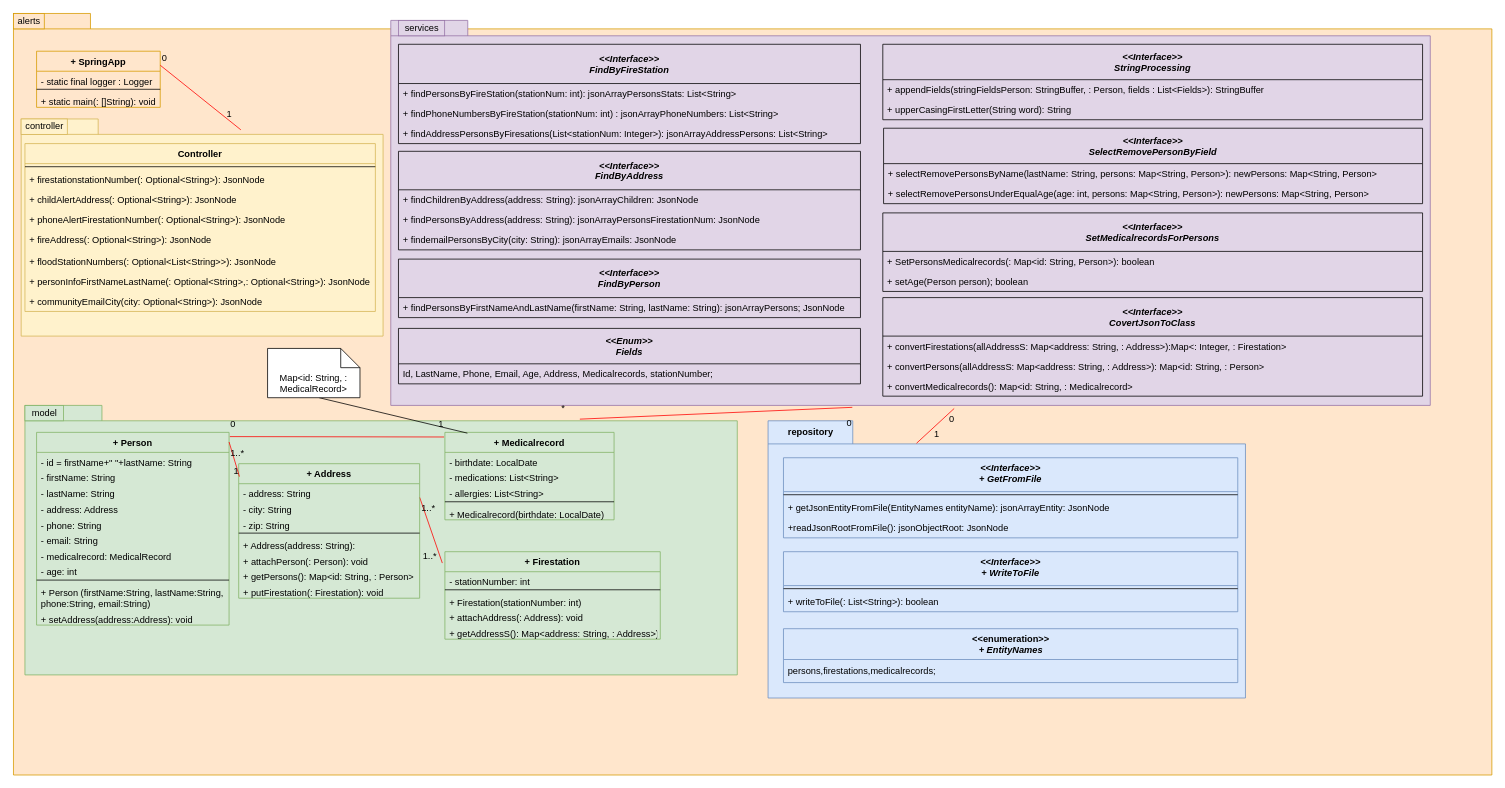
andrechico999/https-github.com-emmo78-com.safetynet.alerts keeps this draw.io diagram as page "ClassDiagram1" (1 of 2) of UML/classDiagram.drawio. Above is the earlier version. Source tidied: cells renumbered, new cells numbered last; positions are measured from the earlier drawing's top-left corner, leaving out a move shared by most shapes. Both pictures are drawn from the tidied source at 77%, with x=0, y=0 at pixel (13, 13).
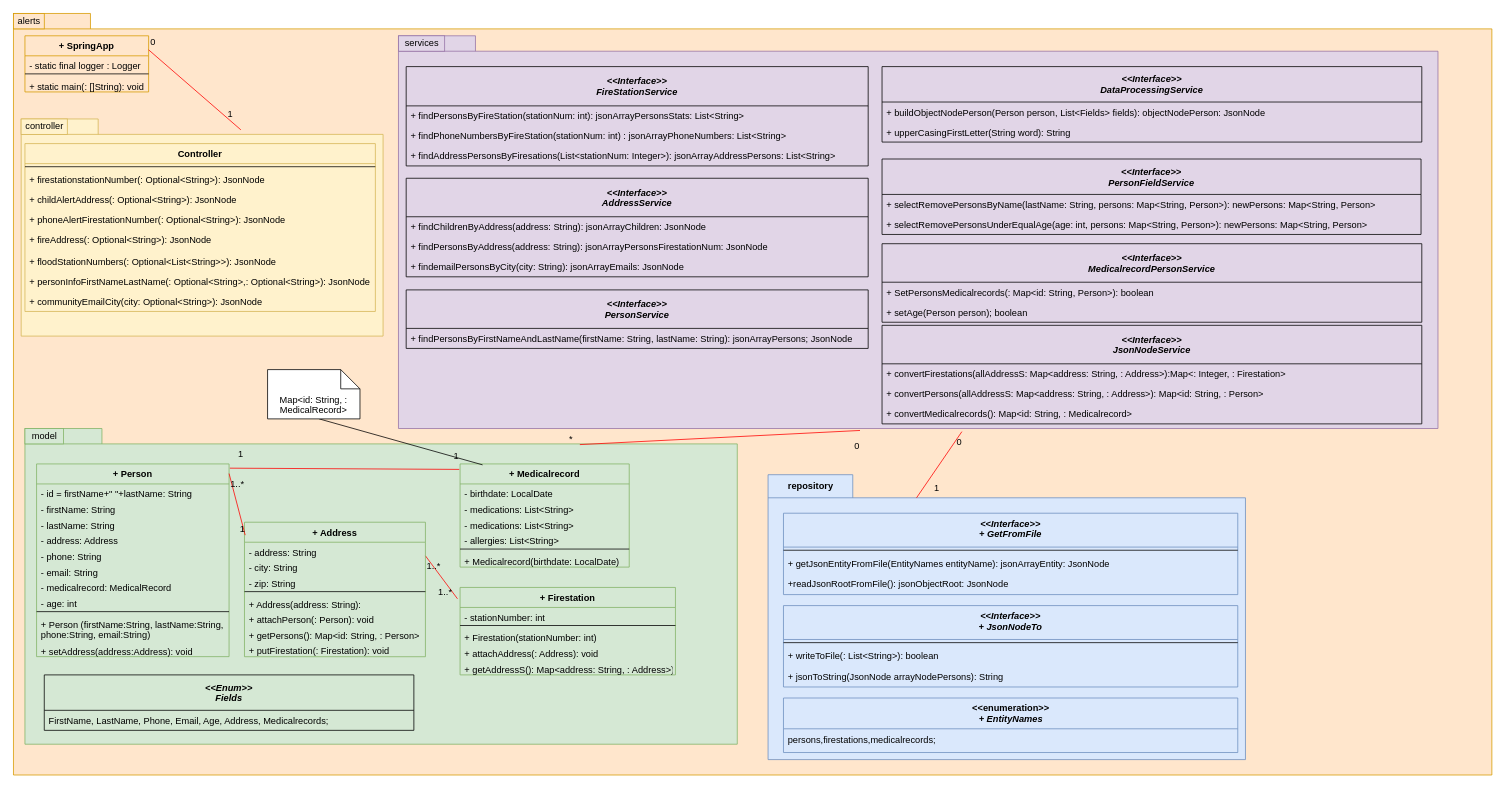
The same diagram, later.

The change refers to these unchanged cells:
```xml
<mxCell id="105" style="endArrow=none;html=1;rounded=0;align=center;verticalAlign=top;endFill=0;labelBackgroundColor=none;strokeColor=#FF0000;entryX=0.444;entryY=1.005;entryDx=0;entryDy=0;entryPerimeter=0;exitX=0.779;exitY=0.051;exitDx=0;exitDy=0;exitPerimeter=0;" parent="1" edge="1" source="11" target="53">
  <mxGeometry relative="1" as="geometry" />
</mxCell>
```

What changed in the source:
```diff
@@
     <mxCell id="4" value="+ SpringApp" style="swimlane;fontStyle=1;align=center;verticalAlign=top;horizontal=1;startSize=26;fillColor=#ffe6cc;strokeColor=#d79b00;" parent="1" vertex="1">
-      <mxGeometry x="30" y="49" width="160.6" height="72.9" as="geometry" />
+      <mxGeometry x="14.9" y="29" width="160.6" height="72.9" as="geometry" />
     </mxCell>
@@
     <mxCell id="11" style="shape=folder;fontStyle=1;spacingTop=10;tabWidth=100;tabHeight=20;tabPosition=left;html=1;fillColor=#d5e8d4;strokeColor=#82b366;" parent="1" vertex="1">
-      <mxGeometry x="14.9" y="509" width="925.1" height="350" as="geometry" />
+      <mxGeometry x="14.9" y="539" width="925.1" height="410" as="geometry" />
     </mxCell>
     <mxCell id="12" value="+ Person" style="swimlane;fontStyle=1;align=center;verticalAlign=top;horizontal=1;startSize=26;fillColor=#d5e8d4;strokeColor=#82b366;" parent="1" vertex="1">
-      <mxGeometry x="30" y="544" width="250" height="250.3" as="geometry" />
+      <mxGeometry x="30" y="585" width="250" height="250.3" as="geometry" />
     </mxCell>
@@
     <mxCell id="24" value="+ Medicalrecord" style="swimlane;fontStyle=1;align=center;verticalAlign=top;horizontal=1;startSize=26;fillColor=#d5e8d4;strokeColor=#82b366;" parent="1" vertex="1">
-      <mxGeometry x="560.3" y="544" width="219.7" height="113.6" as="geometry" />
+      <mxGeometry x="580" y="585" width="219.7" height="134" as="geometry" />
     </mxCell>
@@
+    <mxCell id="113" value="- medications: List&lt;String&gt;" style="text;strokeColor=none;fillColor=none;align=left;verticalAlign=top;spacingLeft=4;spacingRight=4;overflow=hidden;" parent="24" vertex="1">
+      <mxGeometry y="66.7" width="219.7" height="20.3" as="geometry" />
+    </mxCell>
     <mxCell id="27" value="- allergies: List&lt;String&gt;" style="text;strokeColor=none;fillColor=none;align=left;verticalAlign=top;spacingLeft=4;spacingRight=4;overflow=hidden;" parent="24" vertex="1">
-      <mxGeometry y="66.7" width="219.7" height="20.3" as="geometry" />
+      <mxGeometry y="87" width="219.7" height="20.3" as="geometry" />
     </mxCell>
     <mxCell id="28" style="line;strokeWidth=1;fillColor=none;align=left;verticalAlign=middle;spacingTop=-1;spacingLeft=3;spacingRight=3;labelPosition=right;" parent="24" vertex="1">
-      <mxGeometry y="87" width="219.7" height="6.3" as="geometry" />
+      <mxGeometry y="107.4" width="219.7" height="6.3" as="geometry" />
     </mxCell>
     <mxCell id="29" value="+ Medicalrecord(birthdate: LocalDate)" style="text;strokeColor=none;fillColor=none;align=left;verticalAlign=top;spacingLeft=4;spacingRight=4;overflow=hidden;" parent="24" vertex="1">
-      <mxGeometry y="93.3" width="219.7" height="20.3" as="geometry" />
+      <mxGeometry y="113.6" width="219.7" height="20.3" as="geometry" />
     </mxCell>
@@
     <mxCell id="32" value="model" style="text;html=1;align=center;verticalAlign=middle;strokeColor=#82b366;fillColor=#d5e8d4;glass=0;" parent="1" vertex="1">
-      <mxGeometry x="14.9" y="509" width="50" height="20" as="geometry" />
+      <mxGeometry x="14.9" y="539" width="50" height="20" as="geometry" />
     </mxCell>
     <mxCell id="33" value="+ Firestation" style="swimlane;fontStyle=1;align=center;verticalAlign=top;horizontal=1;startSize=26;fillColor=#d5e8d4;strokeColor=#82b366;" parent="1" vertex="1">
-      <mxGeometry x="560.3" y="699" width="279.7" height="113.6" as="geometry" />
+      <mxGeometry x="580" y="745.4" width="279.7" height="113.6" as="geometry" />
     </mxCell>
@@
     <mxCell id="53" style="shape=folder;fontStyle=1;spacingTop=10;tabWidth=100;tabHeight=20;tabPosition=left;html=1;fillColor=#e1d5e7;strokeColor=#9673a6;" parent="1" vertex="1">
-      <mxGeometry x="490" y="9" width="1350" height="500" as="geometry" />
+      <mxGeometry x="500" y="29" width="1350" height="510" as="geometry" />
     </mxCell>
     <mxCell id="54" value="services" style="text;html=1;align=center;verticalAlign=middle;strokeColor=#9673a6;fillColor=#e1d5e7;glass=0;" parent="1" vertex="1">
-      <mxGeometry x="500" y="9" width="60" height="20" as="geometry" />
+      <mxGeometry x="500" y="29" width="60" height="20" as="geometry" />
     </mxCell>
-    <mxCell id="55" value="&lt;&lt;Interface&gt;&gt;&#10;FindByFireStation" style="swimlane;fontStyle=3;horizontal=1;startSize=51;fillColor=none;" parent="1" vertex="1">
-      <mxGeometry x="500" y="40" width="600" height="129" as="geometry" />
+    <mxCell id="55" value="&lt;&lt;Interface&gt;&gt;&#10;FireStationService" style="swimlane;fontStyle=3;horizontal=1;startSize=51;fillColor=none;" parent="1" vertex="1">
+      <mxGeometry x="510" y="69" width="600" height="129" as="geometry" />
     </mxCell>
@@
-    <mxCell id="59" value="&lt;&lt;Interface&gt;&gt;&#10;FindByAddress" style="swimlane;fontStyle=3;horizontal=1;startSize=50;fillColor=none;" parent="1" vertex="1">
-      <mxGeometry x="500" y="179" width="600" height="128" as="geometry" />
+    <mxCell id="59" value="&lt;&lt;Interface&gt;&gt;&#10;AddressService" style="swimlane;fontStyle=3;horizontal=1;startSize=50;fillColor=none;" parent="1" vertex="1">
+      <mxGeometry x="510" y="214" width="600" height="128" as="geometry" />
     </mxCell>
@@
-    <mxCell id="63" value="&lt;&lt;Interface&gt;&gt;&#10;FindByPerson" style="swimlane;fontStyle=3;horizontal=1;startSize=50;fillColor=none;" parent="1" vertex="1">
-      <mxGeometry x="500" y="319" width="600" height="76" as="geometry" />
+    <mxCell id="63" value="&lt;&lt;Interface&gt;&gt;&#10;PersonService" style="swimlane;fontStyle=3;horizontal=1;startSize=50;fillColor=none;" parent="1" vertex="1">
+      <mxGeometry x="510" y="359" width="600" height="76" as="geometry" />
     </mxCell>
@@
-    <mxCell id="65" value="&lt;&lt;Interface&gt;&gt;&#10;SelectRemovePersonByField" style="swimlane;fontStyle=3;horizontal=1;startSize=46;fillColor=none;" parent="1" vertex="1">
-      <mxGeometry x="1130" y="149" width="700" height="98" as="geometry" />
+    <mxCell id="65" value="&lt;&lt;Interface&gt;&gt;&#10;PersonFieldService" style="swimlane;fontStyle=3;horizontal=1;startSize=46;fillColor=none;" parent="1" vertex="1">
+      <mxGeometry x="1128" y="189" width="700" height="98" as="geometry" />
     </mxCell>
@@
-    <mxCell id="69" value="0" style="html=1;align=left;verticalAlign=top;labelBackgroundColor=none;glass=0;gradientColor=none;" parent="1" vertex="1">
-      <mxGeometry x="280" y="519" as="geometry" />
+    <mxCell id="69" value="1" style="html=1;align=left;verticalAlign=top;labelBackgroundColor=none;glass=0;gradientColor=none;" parent="1" vertex="1">
+      <mxGeometry x="290" y="559" as="geometry" />
     </mxCell>
     <mxCell id="70" value="repository" style="shape=folder;fontStyle=1;tabWidth=110;tabHeight=30;tabPosition=left;html=1;boundedLbl=1;labelInHeader=1;fontSize=12;fillColor=#dae8fc;strokeColor=#6c8ebf;" parent="1" vertex="1">
-      <mxGeometry x="980" y="529" width="620" height="360" as="geometry" />
+      <mxGeometry x="980" y="599" width="620" height="370" as="geometry" />
     </mxCell>
     <mxCell id="71" style="html=1;strokeColor=none;fillColor=none;fontSize=12;" parent="70" vertex="1">
-      <mxGeometry width="620" height="252" relative="1" as="geometry">
-        <mxPoint y="30" as="offset" />
+      <mxGeometry width="620" height="224.58" relative="1" as="geometry">
+        <mxPoint y="70" as="offset" />
       </mxGeometry>
     </mxCell>
     <mxCell id="72" value="&lt;&lt;Interface&gt;&gt;&#10;+ GetFromFile" style="swimlane;fontStyle=3;align=center;verticalAlign=top;horizontal=1;startSize=44;fontSize=12;fillColor=#dae8fc;strokeColor=#6c8ebf;" parent="70" vertex="1">
-      <mxGeometry x="20" y="48" width="590" height="104" as="geometry" />
+      <mxGeometry x="20" y="50" width="590" height="105.7" as="geometry" />
     </mxCell>
     <mxCell id="73" style="line;strokeWidth=1;fillColor=none;align=left;verticalAlign=middle;spacingTop=-1;spacingLeft=3;spacingRight=3;labelPosition=right;fontSize=12;" parent="72" vertex="1">
-      <mxGeometry y="44" width="590" height="8" as="geometry" />
+      <mxGeometry y="44" width="590" height="8.2" as="geometry" />
     </mxCell>
     <mxCell id="74" value="+ getJsonEntityFromFile(EntityNames entityName): jsonArrayEntity: JsonNode " style="text;strokeColor=none;fillColor=none;align=left;verticalAlign=top;spacingLeft=4;spacingRight=4;overflow=hidden;fontSize=12;" parent="72" vertex="1">
-      <mxGeometry y="52" width="590" height="26" as="geometry" />
+      <mxGeometry y="52.2" width="590" height="26.7" as="geometry" />
     </mxCell>
     <mxCell id="75" value="+readJsonRootFromFile(): jsonObjectRoot: JsonNode " style="text;strokeColor=none;fillColor=none;align=left;verticalAlign=top;spacingLeft=4;spacingRight=4;overflow=hidden;fontSize=12;" parent="72" vertex="1">
-      <mxGeometry y="78" width="590" height="26" as="geometry" />
+      <mxGeometry y="78.9" width="590" height="26.7" as="geometry" />
     </mxCell>
-    <mxCell id="76" value="&lt;&lt;Interface&gt;&gt;&#10;+ WriteToFile" style="swimlane;fontStyle=3;align=center;verticalAlign=top;horizontal=1;startSize=44;fontSize=12;fillColor=#dae8fc;strokeColor=#6c8ebf;" parent="70" vertex="1">
-      <mxGeometry x="20" y="170" width="590" height="78" as="geometry" />
+    <mxCell id="76" value="&lt;&lt;Interface&gt;&gt;&#10;+ JsonNodeTo" style="swimlane;fontStyle=3;align=center;verticalAlign=top;horizontal=1;startSize=44;fontSize=12;fillColor=#dae8fc;strokeColor=#6c8ebf;" parent="70" vertex="1">
+      <mxGeometry x="20" y="170" width="590" height="105.7" as="geometry" />
     </mxCell>
     <mxCell id="77" style="line;strokeWidth=1;fillColor=none;align=left;verticalAlign=middle;spacingTop=-1;spacingLeft=3;spacingRight=3;labelPosition=right;fontSize=12;" parent="76" vertex="1">
-      <mxGeometry y="44" width="590" height="8" as="geometry" />
+      <mxGeometry y="44" width="590" height="8.2" as="geometry" />
     </mxCell>
     <mxCell id="78" value="+ writeToFile(: List&lt;String&gt;): boolean" style="text;strokeColor=none;fillColor=none;align=left;verticalAlign=top;spacingLeft=4;spacingRight=4;overflow=hidden;fontSize=12;" parent="76" vertex="1">
-      <mxGeometry y="52" width="590" height="26" as="geometry" />
+      <mxGeometry y="52.2" width="590" height="26.7" as="geometry" />
     </mxCell>
+    <mxCell id="114" value="+ jsonToString(JsonNode arrayNodePersons): String " style="text;strokeColor=none;fillColor=none;align=left;verticalAlign=top;spacingLeft=4;spacingRight=4;overflow=hidden;fontSize=12;" parent="76" vertex="1">
+      <mxGeometry y="78.9" width="590" height="26.7" as="geometry" />
+    </mxCell>
     <mxCell id="79" value="&lt;b&gt;&amp;lt;&amp;lt;enumeration&amp;gt;&amp;gt;&lt;br&gt;&lt;i style=&quot;&quot;&gt;+&amp;nbsp;EntityNames&lt;/i&gt;&lt;/b&gt;" style="swimlane;fontStyle=0;align=center;verticalAlign=top;horizontal=1;startSize=40;html=1;fillColor=#dae8fc;strokeColor=#6c8ebf;" parent="70" vertex="1">
-      <mxGeometry x="20" y="270" width="590" height="70" as="geometry" />
+      <mxGeometry x="20" y="290" width="590" height="70.8" as="geometry" />
     </mxCell>
     <mxCell id="80" value="persons,firestations,medicalrecords;" style="text;html=1;strokeColor=none;fillColor=none;align=left;verticalAlign=middle;spacingLeft=4;spacingRight=4;overflow=hidden;" parent="79" vertex="1">
-      <mxGeometry y="40" width="590" height="30" as="geometry" />
+      <mxGeometry y="40" width="590" height="30.8" as="geometry" />
     </mxCell>
-    <mxCell id="81" value="&lt;&lt;Interface&gt;&gt;&#10;SetMedicalrecordsForPersons" style="swimlane;fontStyle=3;horizontal=1;startSize=50;fillColor=none;" parent="1" vertex="1">
-      <mxGeometry x="1129" y="259" width="701" height="102" as="geometry" />
+    <mxCell id="81" value="&lt;&lt;Interface&gt;&gt;&#10;MedicalrecordPersonService" style="swimlane;fontStyle=3;horizontal=1;startSize=50;fillColor=none;" parent="1" vertex="1">
+      <mxGeometry x="1128" y="299" width="701" height="102" as="geometry" />
     </mxCell>
@@
     <mxCell id="85" value="Map&amp;lt;id: String, : MedicalRecord&amp;gt;" style="shape=note2;boundedLbl=1;whiteSpace=wrap;html=1;size=25;verticalAlign=top;align=center;fontSize=12;" parent="1" vertex="1">
-      <mxGeometry x="330" y="435" width="120" height="64" as="geometry" />
+      <mxGeometry x="330" y="462.5" width="120" height="64" as="geometry" />
     </mxCell>
-    <mxCell id="86" value="&lt;&lt;Interface&gt;&gt;&#10;CovertJsonToClass" style="swimlane;fontStyle=3;horizontal=1;startSize=50;fillColor=none;" parent="1" vertex="1">
-      <mxGeometry x="1129" y="369" width="701" height="128" as="geometry" />
+    <mxCell id="86" value="&lt;&lt;Interface&gt;&gt;&#10;JsonNodeService" style="swimlane;fontStyle=3;horizontal=1;startSize=50;fillColor=none;" parent="1" vertex="1">
+      <mxGeometry x="1128" y="405" width="701" height="128" as="geometry" />
     </mxCell>
@@
     <mxCell id="90" value="+ Address" style="swimlane;fontStyle=1;align=center;verticalAlign=top;horizontal=1;startSize=26;fillColor=#d5e8d4;strokeColor=#82b366;" parent="1" vertex="1">
-      <mxGeometry x="292.5" y="584.7" width="235" height="174.7" as="geometry" />
+      <mxGeometry x="300" y="660.7" width="235" height="174.7" as="geometry" />
     </mxCell>
@@
     <mxCell id="106" value="*" style="html=1;align=left;verticalAlign=top;labelBackgroundColor=none;" parent="105" vertex="1">
       <mxGeometry x="-1" relative="1" as="geometry">
-        <mxPoint x="-26" y="-28" as="offset" />
+        <mxPoint x="-16" y="-21" as="offset" />
       </mxGeometry>
     </mxCell>
@@
-    <mxCell id="108" value="&lt;&lt;Interface&gt;&gt;&#10;StringProcessing" style="swimlane;fontStyle=3;horizontal=1;startSize=46;fillColor=none;" parent="1" vertex="1">
-      <mxGeometry x="1129" y="40" width="701" height="98" as="geometry" />
+    <mxCell id="108" value="&lt;&lt;Interface&gt;&gt;&#10;DataProcessingService" style="swimlane;fontStyle=3;horizontal=1;startSize=46;fillColor=none;" parent="1" vertex="1">
+      <mxGeometry x="1128" y="69" width="701" height="98" as="geometry" />
     </mxCell>
-    <mxCell id="109" value="+ appendFields(stringFieldsPerson: StringBuffer, : Person, fields : List&lt;Fields&gt;): StringBuffer" style="text;strokeColor=none;fillColor=none;align=left;verticalAlign=top;spacingLeft=4;spacingRight=4;overflow=hidden;" parent="108" vertex="1">
+    <mxCell id="109" value="+ buildObjectNodePerson(Person person, List&lt;Fields&gt; fields): objectNodePerson: JsonNode" style="text;strokeColor=none;fillColor=none;align=left;verticalAlign=top;spacingLeft=4;spacingRight=4;overflow=hidden;" parent="108" vertex="1">
       <mxGeometry y="46" width="701" height="26" as="geometry" />
     </mxCell>
@@
     <mxCell id="111" value="&lt;&lt;Enum&gt;&gt;&#10;Fields" style="swimlane;fontStyle=3;horizontal=1;startSize=46;fillColor=none;" parent="1" vertex="1">
-      <mxGeometry x="500" y="409" width="600" height="72" as="geometry" />
+      <mxGeometry x="40" y="859" width="480" height="72" as="geometry" />
     </mxCell>
-    <mxCell id="112" value="Id, LastName, Phone, Email, Age, Address, Medicalrecords, stationNumber;" style="text;strokeColor=none;fillColor=none;align=left;verticalAlign=top;spacingLeft=4;spacingRight=4;overflow=hidden;" parent="111" vertex="1">
-      <mxGeometry y="46" width="600" height="26" as="geometry" />
+    <mxCell id="112" value="FirstName, LastName, Phone, Email, Age, Address, Medicalrecords;" style="text;strokeColor=none;fillColor=none;align=left;verticalAlign=top;spacingLeft=4;spacingRight=4;overflow=hidden;" parent="111" vertex="1">
+      <mxGeometry y="46" width="480" height="26" as="geometry" />
     </mxCell>
```
